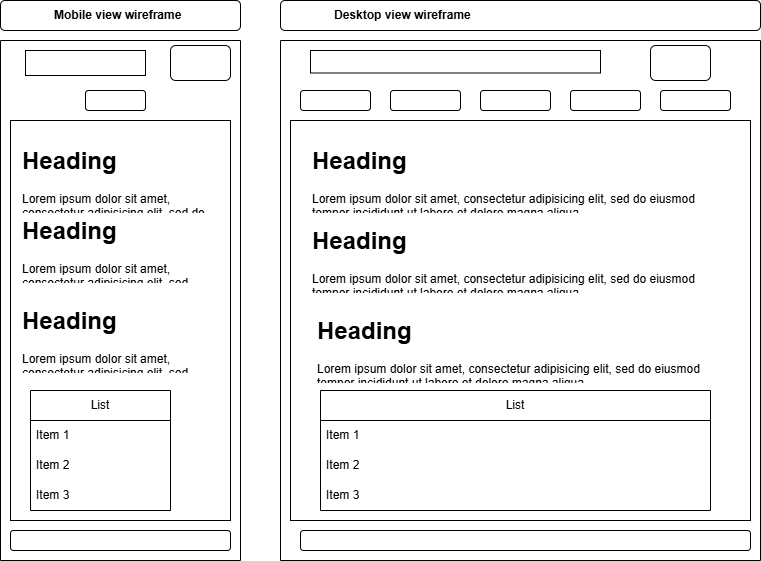
This is project/images/localherbalremedies.drawio.png from KaluleEnochAteesa/wdd131, a draw.io export, as it was before one commit. Source tidied: cells renumbered, new cells last; positions are measured from the earlier drawing's top-left corner, leaving out a move shared by most shapes.
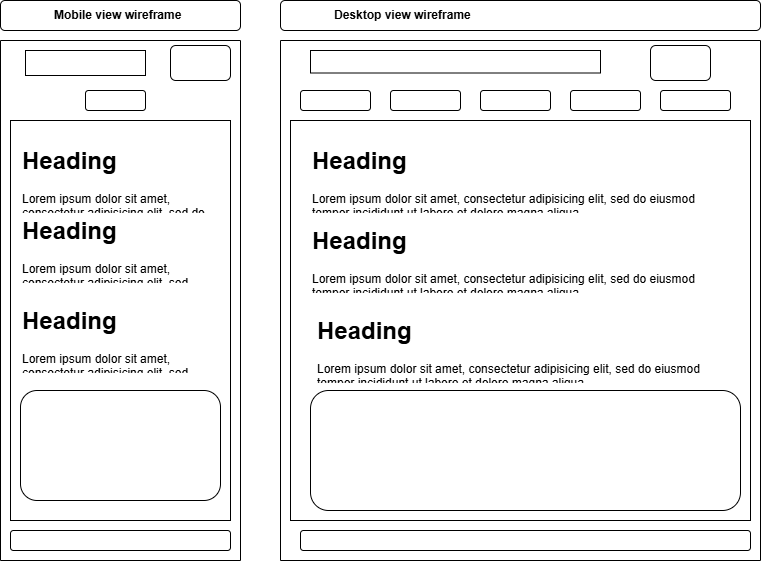
Above is the later version.

Diff of the diagram source:
```diff
@@ -26,21 +26,12 @@
     <mxCell id="9" value="&lt;h1 style=&quot;margin-top: 0px;&quot;&gt;Heading&lt;/h1&gt;&lt;p&gt;Lorem ipsum dolor sit amet, consectetur adipisicing elit, sed do eiusmod tempor incididunt ut labore et dolore magna aliqua.&lt;/p&gt;" style="text;html=1;whiteSpace=wrap;overflow=hidden;rounded=0;" parent="2" vertex="1">
       <mxGeometry x="20" y="260" width="180" height="70" as="geometry" />
     </mxCell>
-    <mxCell id="10" value="List" style="swimlane;fontStyle=0;horizontal=1;startSize=30;whiteSpace=wrap;html=1;" parent="2" vertex="1">
-      <mxGeometry x="30" y="350" width="140" height="120" as="geometry" />
-    </mxCell>
-    <mxCell id="11" value="Item 1" style="text;strokeColor=none;fillColor=none;align=left;verticalAlign=middle;spacingLeft=4;spacingRight=4;overflow=hidden;whiteSpace=wrap;html=1;" parent="10" vertex="1">
-      <mxGeometry y="30" width="140" height="30" as="geometry" />
-    </mxCell>
-    <mxCell id="12" value="Item 2" style="text;strokeColor=none;fillColor=none;align=left;verticalAlign=middle;spacingLeft=4;spacingRight=4;overflow=hidden;whiteSpace=wrap;html=1;" parent="10" vertex="1">
-      <mxGeometry y="60" width="140" height="30" as="geometry" />
-    </mxCell>
-    <mxCell id="13" value="Item 3" style="text;strokeColor=none;fillColor=none;align=left;verticalAlign=middle;spacingLeft=4;spacingRight=4;overflow=hidden;whiteSpace=wrap;html=1;" parent="10" vertex="1">
-      <mxGeometry y="90" width="140" height="30" as="geometry" />
-    </mxCell>
     <mxCell id="14" value="&lt;h1 style=&quot;margin-top: 0px;&quot;&gt;Heading&lt;/h1&gt;&lt;p&gt;Lorem ipsum dolor sit amet, consectetur adipisicing elit, sed do eiusmod tempor incididunt ut labore et dolore magna aliqua.&lt;/p&gt;" style="text;html=1;whiteSpace=wrap;overflow=hidden;rounded=0;" parent="2" vertex="1">
       <mxGeometry x="20" y="100" width="200" height="70" as="geometry" />
     </mxCell>
+    <mxCell id="34" style="rounded=1;whiteSpace=wrap;html=1;" parent="2" vertex="1">
+      <mxGeometry x="20" y="350" width="200" height="110" as="geometry" />
+    </mxCell>
     <mxCell id="15" style="swimlane;startSize=0;" parent="1" vertex="1">
       <mxGeometry x="280" y="40" width="480" height="520" as="geometry" />
     </mxCell>
@@ -80,23 +71,14 @@
     <mxCell id="27" value="&lt;h1 style=&quot;margin-top: 0px;&quot;&gt;Heading&lt;/h1&gt;&lt;p&gt;Lorem ipsum dolor sit amet, consectetur adipisicing elit, sed do eiusmod tempor incididunt ut labore et dolore magna aliqua.&lt;/p&gt;" style="text;html=1;whiteSpace=wrap;overflow=hidden;rounded=0;" parent="1" vertex="1">
       <mxGeometry x="315" y="310" width="415" height="70" as="geometry" />
     </mxCell>
-    <mxCell id="28" value="List" style="swimlane;fontStyle=0;horizontal=1;startSize=30;whiteSpace=wrap;html=1;" parent="1" vertex="1">
-      <mxGeometry x="320" y="390" width="390" height="120" as="geometry" />
-    </mxCell>
-    <mxCell id="29" value="Item 1" style="text;strokeColor=none;fillColor=none;align=left;verticalAlign=middle;spacingLeft=4;spacingRight=4;overflow=hidden;whiteSpace=wrap;html=1;" parent="28" vertex="1">
-      <mxGeometry y="30" width="390" height="30" as="geometry" />
-    </mxCell>
-    <mxCell id="30" value="Item 2" style="text;strokeColor=none;fillColor=none;align=left;verticalAlign=middle;spacingLeft=4;spacingRight=4;overflow=hidden;whiteSpace=wrap;html=1;" parent="28" vertex="1">
-      <mxGeometry y="60" width="390" height="30" as="geometry" />
-    </mxCell>
-    <mxCell id="31" value="Item 3" style="text;strokeColor=none;fillColor=none;align=left;verticalAlign=middle;spacingLeft=4;spacingRight=4;overflow=hidden;whiteSpace=wrap;html=1;" parent="28" vertex="1">
-      <mxGeometry y="90" width="390" height="30" as="geometry" />
-    </mxCell>
     <mxCell id="32" value="Mobile view wireframe" style="label;whiteSpace=wrap;html=1;image=img/clipart/Gear_128x128.png;" parent="1" vertex="1">
       <mxGeometry width="240" height="30" as="geometry" />
     </mxCell>
     <mxCell id="33" value="Desktop view wireframe" style="label;whiteSpace=wrap;html=1;image=img/clipart/Gear_128x128.png;" parent="1" vertex="1">
       <mxGeometry x="280" width="480" height="30" as="geometry" />
     </mxCell>
+    <mxCell id="35" style="rounded=1;whiteSpace=wrap;html=1;" parent="1" vertex="1">
+      <mxGeometry x="310" y="390" width="430" height="120" as="geometry" />
+    </mxCell>
   </root>
 </mxGraphModel>
```
